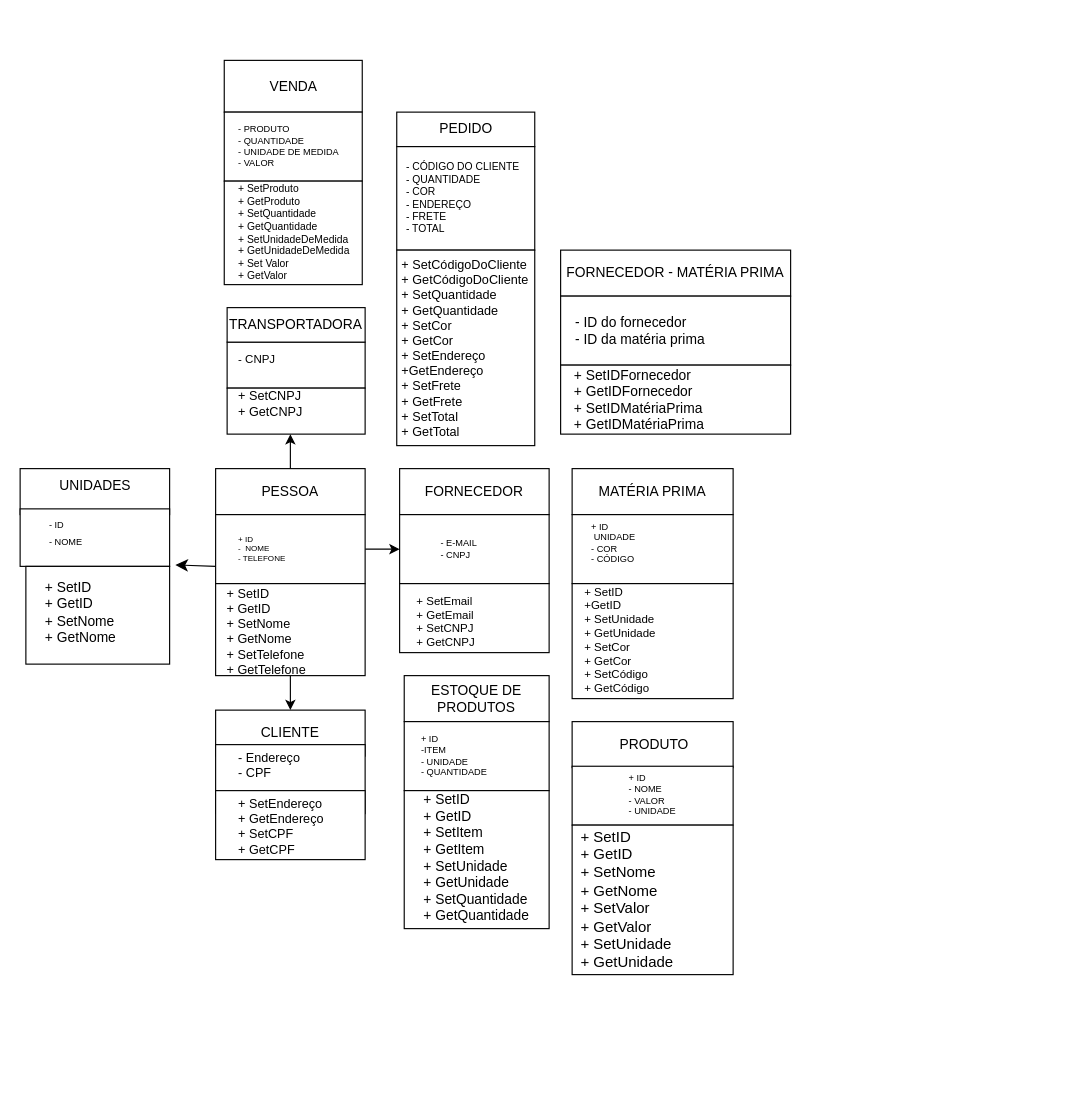
Before: page "Página-1" (1 of 2) of doc/classes.drawio in sarahnandynne/fluxograma.sarah, a draw.io diagram. Source tidied: cells renumbered, new cells numbered last; positions are measured from the earlier drawing's top-left corner, leaving out a move shared by most shapes. Both pictures are drawn from the tidied source at 115%, with x=0, y=0 at pixel (20, 60).
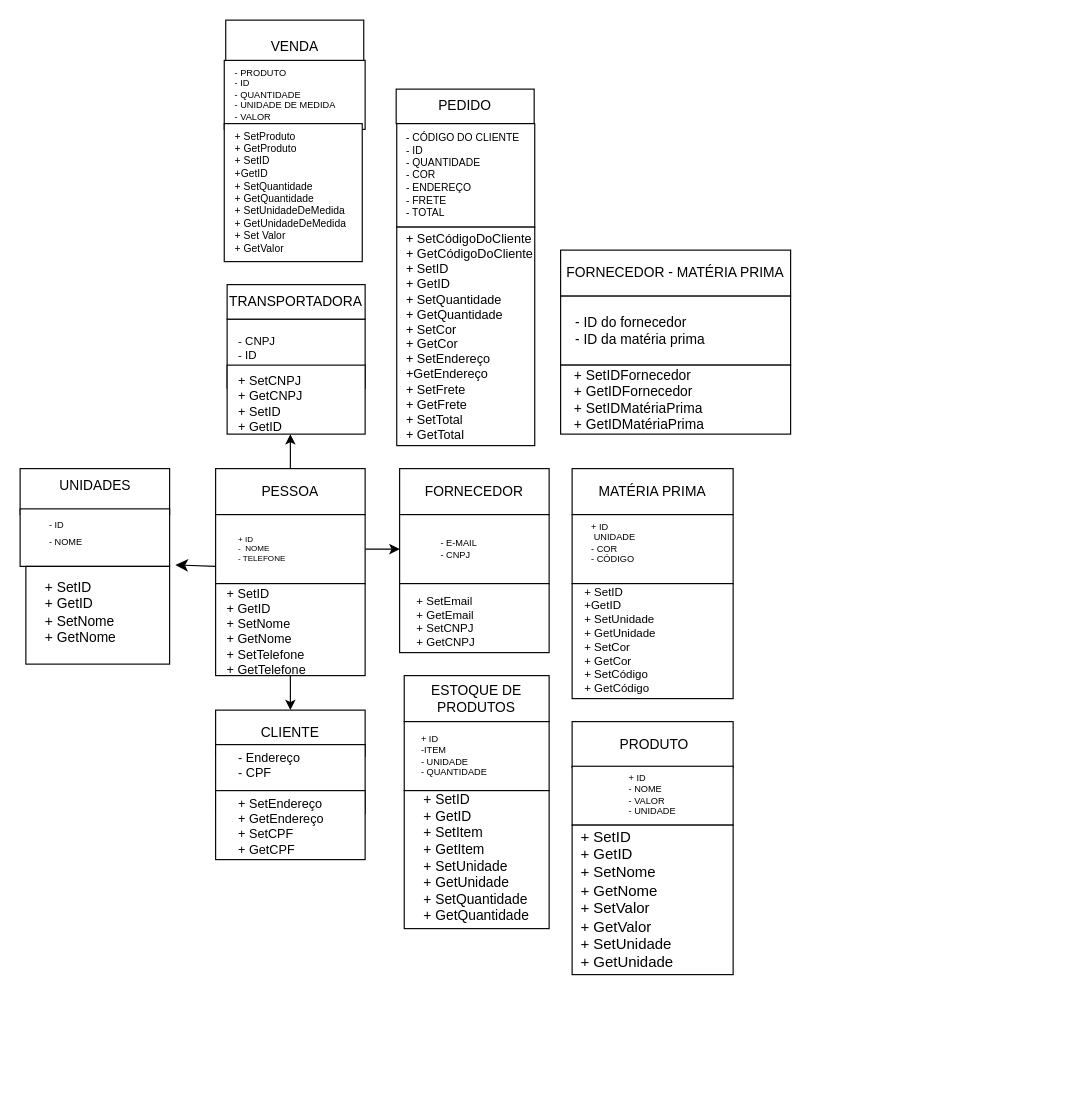
Above is the later version.

Change to the diagram source:
```diff
@@
     <mxCell id="42" value="VENDA" style="rounded=0;whiteSpace=wrap;html=1;" parent="1" vertex="1">
-      <mxGeometry x="177.5" width="120" height="45" as="geometry" />
+      <mxGeometry x="178.8" y="-35" width="120" height="45" as="geometry" />
     </mxCell>
     <mxCell id="43" style="rounded=0;whiteSpace=wrap;html=1;" parent="1" vertex="1">
-      <mxGeometry x="177.5" y="45" width="120" height="60" as="geometry" />
+      <mxGeometry x="177.5" width="122.5" height="60" as="geometry" />
     </mxCell>
-    <mxCell id="44" value="&lt;font style=&quot;font-size: 8px;&quot;&gt;- PRODUTO&lt;/font&gt;&lt;div style=&quot;font-size: 8px;&quot;&gt;&lt;font style=&quot;font-size: 8px;&quot;&gt;- QUANTIDADE&lt;/font&gt;&lt;/div&gt;&lt;div style=&quot;font-size: 8px;&quot;&gt;&lt;font style=&quot;font-size: 8px;&quot;&gt;- UNIDADE DE MEDIDA&lt;/font&gt;&lt;/div&gt;&lt;div style=&quot;font-size: 8px;&quot;&gt;&lt;font style=&quot;font-size: 8px;&quot;&gt;- VALOR&lt;/font&gt;&lt;/div&gt;" style="text;html=1;align=left;verticalAlign=middle;whiteSpace=wrap;rounded=0;fontSize=8;" parent="1" vertex="1">
-      <mxGeometry x="187.5" y="60" width="90" height="30" as="geometry" />
+    <mxCell id="44" value="&lt;font style=&quot;font-size: 8px;&quot;&gt;- PRODUTO&lt;/font&gt;&lt;div&gt;- ID&lt;br&gt;&lt;div style=&quot;font-size: 8px;&quot;&gt;&lt;font style=&quot;font-size: 8px;&quot;&gt;- QUANTIDADE&lt;/font&gt;&lt;/div&gt;&lt;div style=&quot;font-size: 8px;&quot;&gt;&lt;font style=&quot;font-size: 8px;&quot;&gt;- UNIDADE DE MEDIDA&lt;/font&gt;&lt;/div&gt;&lt;div style=&quot;font-size: 8px;&quot;&gt;&lt;font style=&quot;font-size: 8px;&quot;&gt;- VALOR&lt;/font&gt;&lt;/div&gt;&lt;/div&gt;" style="text;html=1;align=left;verticalAlign=middle;whiteSpace=wrap;rounded=0;fontSize=8;" parent="1" vertex="1">
+      <mxGeometry x="185" y="15" width="95" height="30" as="geometry" />
     </mxCell>
     <mxCell id="45" style="rounded=0;whiteSpace=wrap;html=1;" parent="1" vertex="1">
-      <mxGeometry x="177.5" y="105" width="120" height="90" as="geometry" />
+      <mxGeometry x="177.5" y="55" width="120" height="120" as="geometry" />
     </mxCell>
-    <mxCell id="46" value="&lt;font style=&quot;font-size: 9px;&quot;&gt;+ SetProduto&lt;/font&gt;&lt;div style=&quot;font-size: 9px;&quot;&gt;&lt;font style=&quot;font-size: 9px;&quot;&gt;+ GetProduto&lt;/font&gt;&lt;/div&gt;&lt;div style=&quot;font-size: 9px;&quot;&gt;&lt;font style=&quot;font-size: 9px;&quot;&gt;+ SetQuantidade&lt;/font&gt;&lt;/div&gt;&lt;div style=&quot;font-size: 9px;&quot;&gt;&lt;font style=&quot;font-size: 9px;&quot;&gt;+ GetQuantidade&lt;/font&gt;&lt;/div&gt;&lt;div style=&quot;font-size: 9px;&quot;&gt;&lt;font style=&quot;font-size: 9px;&quot;&gt;+ SetUnidadeDeMedida&lt;/font&gt;&lt;/div&gt;&lt;div style=&quot;font-size: 9px;&quot;&gt;&lt;font style=&quot;font-size: 9px;&quot;&gt;+ GetUnidadeDeMedida&lt;/font&gt;&lt;/div&gt;&lt;div style=&quot;font-size: 9px;&quot;&gt;&lt;font style=&quot;font-size: 9px;&quot;&gt;+ Set Valor&lt;/font&gt;&lt;/div&gt;&lt;div style=&quot;font-size: 9px;&quot;&gt;&lt;font style=&quot;font-size: 9px;&quot;&gt;+ GetValor&lt;/font&gt;&lt;/div&gt;" style="text;html=1;align=left;verticalAlign=middle;whiteSpace=wrap;rounded=0;fontSize=9;" parent="1" vertex="1">
-      <mxGeometry x="187.5" y="145" width="105" height="10" as="geometry" />
+    <mxCell id="46" value="&lt;font style=&quot;font-size: 9px;&quot;&gt;+ SetProduto&lt;/font&gt;&lt;div style=&quot;font-size: 9px;&quot;&gt;&lt;font style=&quot;font-size: 9px;&quot;&gt;+ GetProduto&lt;/font&gt;&lt;/div&gt;&lt;div style=&quot;font-size: 9px;&quot;&gt;&lt;font style=&quot;font-size: 9px;&quot;&gt;+ SetID&lt;/font&gt;&lt;/div&gt;&lt;div style=&quot;font-size: 9px;&quot;&gt;&lt;font style=&quot;font-size: 9px;&quot;&gt;+GetID&lt;/font&gt;&lt;/div&gt;&lt;div style=&quot;font-size: 9px;&quot;&gt;&lt;font style=&quot;font-size: 9px;&quot;&gt;+ SetQuantidade&lt;/font&gt;&lt;/div&gt;&lt;div style=&quot;font-size: 9px;&quot;&gt;&lt;font style=&quot;font-size: 9px;&quot;&gt;+ GetQuantidade&lt;/font&gt;&lt;/div&gt;&lt;div style=&quot;font-size: 9px;&quot;&gt;&lt;font style=&quot;font-size: 9px;&quot;&gt;+ SetUnidadeDeMedida&lt;/font&gt;&lt;/div&gt;&lt;div style=&quot;font-size: 9px;&quot;&gt;&lt;font style=&quot;font-size: 9px;&quot;&gt;+ GetUnidadeDeMedida&lt;/font&gt;&lt;/div&gt;&lt;div style=&quot;font-size: 9px;&quot;&gt;&lt;font style=&quot;font-size: 9px;&quot;&gt;+ Set Valor&lt;/font&gt;&lt;/div&gt;&lt;div style=&quot;font-size: 9px;&quot;&gt;&lt;font style=&quot;font-size: 9px;&quot;&gt;+ GetValor&lt;/font&gt;&lt;/div&gt;" style="text;html=1;align=left;verticalAlign=middle;whiteSpace=wrap;rounded=0;fontSize=9;" parent="1" vertex="1">
+      <mxGeometry x="185" y="105" width="105" height="20" as="geometry" />
     </mxCell>
     <mxCell id="47" style="rounded=0;whiteSpace=wrap;html=1;" parent="1" vertex="1">
-      <mxGeometry x="180" y="245" width="120" height="40" as="geometry" />
+      <mxGeometry x="180" y="225" width="120" height="60" as="geometry" />
     </mxCell>
     <mxCell id="48" style="rounded=0;whiteSpace=wrap;html=1;" parent="1" vertex="1">
-      <mxGeometry x="180" y="215" width="120" height="30" as="geometry" />
+      <mxGeometry x="180" y="195" width="120" height="30" as="geometry" />
     </mxCell>
     <mxCell id="49" value="TRANSPORTADORA" style="text;html=1;align=center;verticalAlign=middle;whiteSpace=wrap;rounded=0;" parent="1" vertex="1">
-      <mxGeometry x="210" y="215" width="60" height="30" as="geometry" />
+      <mxGeometry x="210" y="195" width="60" height="30" as="geometry" />
     </mxCell>
@@
     <mxCell id="51" style="rounded=0;whiteSpace=wrap;html=1;" parent="1" vertex="1">
-      <mxGeometry x="180" y="285" width="120" height="40" as="geometry" />
+      <mxGeometry x="180" y="265" width="120" height="60" as="geometry" />
     </mxCell>
-    <mxCell id="52" value="- CNPJ" style="text;html=1;align=left;verticalAlign=middle;whiteSpace=wrap;rounded=0;fontSize=10;" parent="1" vertex="1">
-      <mxGeometry x="187.5" y="245" width="170" height="30" as="geometry" />
+    <mxCell id="52" value="- CNPJ&lt;div&gt;- ID&lt;/div&gt;" style="text;html=1;align=left;verticalAlign=middle;whiteSpace=wrap;rounded=0;fontSize=10;" parent="1" vertex="1">
+      <mxGeometry x="187.5" y="235" width="170" height="30" as="geometry" />
     </mxCell>
-    <mxCell id="53" value="&lt;font style=&quot;font-size: 11px;&quot;&gt;+ SetCNPJ&lt;/font&gt;&lt;div style=&quot;font-size: 11px;&quot;&gt;&lt;font style=&quot;font-size: 11px;&quot;&gt;+ GetCNPJ&lt;/font&gt;&lt;/div&gt;&lt;div style=&quot;font-size: 11px;&quot;&gt;&lt;br&gt;&lt;/div&gt;" style="text;html=1;align=left;verticalAlign=middle;whiteSpace=wrap;rounded=0;" parent="1" vertex="1">
+    <mxCell id="53" value="&lt;font style=&quot;font-size: 11px;&quot;&gt;+ SetCNPJ&lt;/font&gt;&lt;div style=&quot;font-size: 11px;&quot;&gt;&lt;font style=&quot;font-size: 11px;&quot;&gt;+ GetCNPJ&lt;/font&gt;&lt;/div&gt;&lt;div style=&quot;font-size: 11px;&quot;&gt;+ SetID&lt;/div&gt;&lt;div style=&quot;font-size: 11px;&quot;&gt;+ GetID&lt;/div&gt;&lt;div style=&quot;font-size: 11px;&quot;&gt;&lt;br&gt;&lt;/div&gt;" style="text;html=1;align=left;verticalAlign=middle;whiteSpace=wrap;rounded=0;" parent="1" vertex="1">
       <mxGeometry x="187.5" y="295" width="95" height="20" as="geometry" />
     </mxCell>
     <mxCell id="54" value="PEDIDO" style="rounded=0;whiteSpace=wrap;html=1;" parent="1" vertex="1">
-      <mxGeometry x="327.5" y="45" width="120" height="30" as="geometry" />
+      <mxGeometry x="327" y="25" width="120" height="30" as="geometry" />
     </mxCell>
     <mxCell id="55" style="rounded=0;whiteSpace=wrap;html=1;" parent="1" vertex="1">
-      <mxGeometry x="327.5" y="75" width="120" height="90" as="geometry" />
+      <mxGeometry x="327.5" y="55" width="120" height="90" as="geometry" />
     </mxCell>
-    <mxCell id="56" value="- CÓDIGO DO CLIENTE&lt;div style=&quot;font-size: 9px;&quot;&gt;- QUANTIDADE&lt;/div&gt;&lt;div style=&quot;font-size: 9px;&quot;&gt;- COR&lt;/div&gt;&lt;div style=&quot;font-size: 9px;&quot;&gt;- ENDEREÇO&lt;/div&gt;&lt;div style=&quot;font-size: 9px;&quot;&gt;- FRETE&lt;/div&gt;&lt;div style=&quot;font-size: 9px;&quot;&gt;- TOTAL&lt;/div&gt;" style="text;html=1;align=left;verticalAlign=middle;whiteSpace=wrap;rounded=0;fontSize=9;" parent="1" vertex="1">
-      <mxGeometry x="334" y="105" width="200" height="30" as="geometry" />
+    <mxCell id="56" value="- CÓDIGO DO CLIENTE&lt;div&gt;- ID&lt;br&gt;&lt;div style=&quot;font-size: 9px;&quot;&gt;- QUANTIDADE&lt;/div&gt;&lt;div style=&quot;font-size: 9px;&quot;&gt;- COR&lt;/div&gt;&lt;div style=&quot;font-size: 9px;&quot;&gt;- ENDEREÇO&lt;/div&gt;&lt;div style=&quot;font-size: 9px;&quot;&gt;- FRETE&lt;/div&gt;&lt;div style=&quot;font-size: 9px;&quot;&gt;- TOTAL&lt;/div&gt;&lt;/div&gt;" style="text;html=1;align=left;verticalAlign=middle;whiteSpace=wrap;rounded=0;fontSize=9;" parent="1" vertex="1">
+      <mxGeometry x="334" y="85" width="200" height="30" as="geometry" />
     </mxCell>
     <mxCell id="57" style="rounded=0;whiteSpace=wrap;html=1;" parent="1" vertex="1">
-      <mxGeometry x="327.5" y="165" width="120" height="170" as="geometry" />
+      <mxGeometry x="327.5" y="145" width="120" height="190" as="geometry" />
     </mxCell>
-    <mxCell id="58" value="&lt;font style=&quot;font-size: 11px;&quot;&gt;+ SetCódigoDoCliente&lt;/font&gt;&lt;div style=&quot;font-size: 11px;&quot;&gt;&lt;font style=&quot;font-size: 11px;&quot;&gt;+ GetCódigoDoCliente&lt;/font&gt;&lt;/div&gt;&lt;div style=&quot;font-size: 11px;&quot;&gt;&lt;font style=&quot;font-size: 11px;&quot;&gt;+ SetQuantidade&lt;/font&gt;&lt;/div&gt;&lt;div style=&quot;font-size: 11px;&quot;&gt;&lt;font style=&quot;font-size: 11px;&quot;&gt;+ GetQuantidade&lt;/font&gt;&lt;/div&gt;&lt;div style=&quot;font-size: 11px;&quot;&gt;&lt;font style=&quot;font-size: 11px;&quot;&gt;+ SetCor&lt;/font&gt;&lt;/div&gt;&lt;div style=&quot;font-size: 11px;&quot;&gt;&lt;font style=&quot;font-size: 11px;&quot;&gt;+ GetCor&lt;/font&gt;&lt;/div&gt;&lt;div style=&quot;font-size: 11px;&quot;&gt;&lt;font style=&quot;font-size: 11px;&quot;&gt;+ SetEndereço&lt;/font&gt;&lt;/div&gt;&lt;div style=&quot;font-size: 11px;&quot;&gt;&lt;font style=&quot;font-size: 11px;&quot;&gt;+GetEndereço&lt;/font&gt;&lt;/div&gt;&lt;div style=&quot;font-size: 11px;&quot;&gt;&lt;font style=&quot;font-size: 11px;&quot;&gt;+ SetFrete&lt;/font&gt;&lt;/div&gt;&lt;div style=&quot;font-size: 11px;&quot;&gt;&lt;font style=&quot;font-size: 11px;&quot;&gt;+ GetFrete&lt;/font&gt;&lt;/div&gt;&lt;div style=&quot;font-size: 11px;&quot;&gt;&lt;font style=&quot;font-size: 11px;&quot;&gt;+ SetTotal&lt;/font&gt;&lt;/div&gt;&lt;div style=&quot;font-size: 11px;&quot;&gt;&lt;font style=&quot;font-size: 11px;&quot;&gt;+ GetTotal&lt;/font&gt;&lt;/div&gt;" style="text;html=1;align=left;verticalAlign=middle;whiteSpace=wrap;rounded=0;" parent="1" vertex="1">
-      <mxGeometry x="330" y="235" width="130" height="30" as="geometry" />
+    <mxCell id="58" value="&lt;font style=&quot;font-size: 11px;&quot;&gt;+ SetCódigoDoCliente&lt;/font&gt;&lt;div style=&quot;font-size: 11px;&quot;&gt;&lt;font style=&quot;font-size: 11px;&quot;&gt;+ GetCódigoDoCliente&lt;/font&gt;&lt;/div&gt;&lt;div style=&quot;font-size: 11px;&quot;&gt;&lt;font style=&quot;font-size: 11px;&quot;&gt;+ SetID&lt;/font&gt;&lt;/div&gt;&lt;div style=&quot;font-size: 11px;&quot;&gt;&lt;font style=&quot;font-size: 11px;&quot;&gt;+ GetID&lt;/font&gt;&lt;/div&gt;&lt;div style=&quot;font-size: 11px;&quot;&gt;&lt;font style=&quot;font-size: 11px;&quot;&gt;+ SetQuantidade&lt;/font&gt;&lt;/div&gt;&lt;div style=&quot;font-size: 11px;&quot;&gt;&lt;font style=&quot;font-size: 11px;&quot;&gt;+ GetQuantidade&lt;/font&gt;&lt;/div&gt;&lt;div style=&quot;font-size: 11px;&quot;&gt;&lt;font style=&quot;font-size: 11px;&quot;&gt;+ SetCor&lt;/font&gt;&lt;/div&gt;&lt;div style=&quot;font-size: 11px;&quot;&gt;&lt;font style=&quot;font-size: 11px;&quot;&gt;+ GetCor&lt;/font&gt;&lt;/div&gt;&lt;div style=&quot;font-size: 11px;&quot;&gt;&lt;font style=&quot;font-size: 11px;&quot;&gt;+ SetEndereço&lt;/font&gt;&lt;/div&gt;&lt;div style=&quot;font-size: 11px;&quot;&gt;&lt;font style=&quot;font-size: 11px;&quot;&gt;+GetEndereço&lt;/font&gt;&lt;/div&gt;&lt;div style=&quot;font-size: 11px;&quot;&gt;&lt;font style=&quot;font-size: 11px;&quot;&gt;+ SetFrete&lt;/font&gt;&lt;/div&gt;&lt;div style=&quot;font-size: 11px;&quot;&gt;&lt;font style=&quot;font-size: 11px;&quot;&gt;+ GetFrete&lt;/font&gt;&lt;/div&gt;&lt;div style=&quot;font-size: 11px;&quot;&gt;&lt;font style=&quot;font-size: 11px;&quot;&gt;+ SetTotal&lt;/font&gt;&lt;/div&gt;&lt;div style=&quot;font-size: 11px;&quot;&gt;&lt;font style=&quot;font-size: 11px;&quot;&gt;+ GetTotal&lt;/font&gt;&lt;/div&gt;" style="text;html=1;align=left;verticalAlign=middle;whiteSpace=wrap;rounded=0;" parent="1" vertex="1">
+      <mxGeometry x="334" y="235" width="120" height="10" as="geometry" />
     </mxCell>
```
